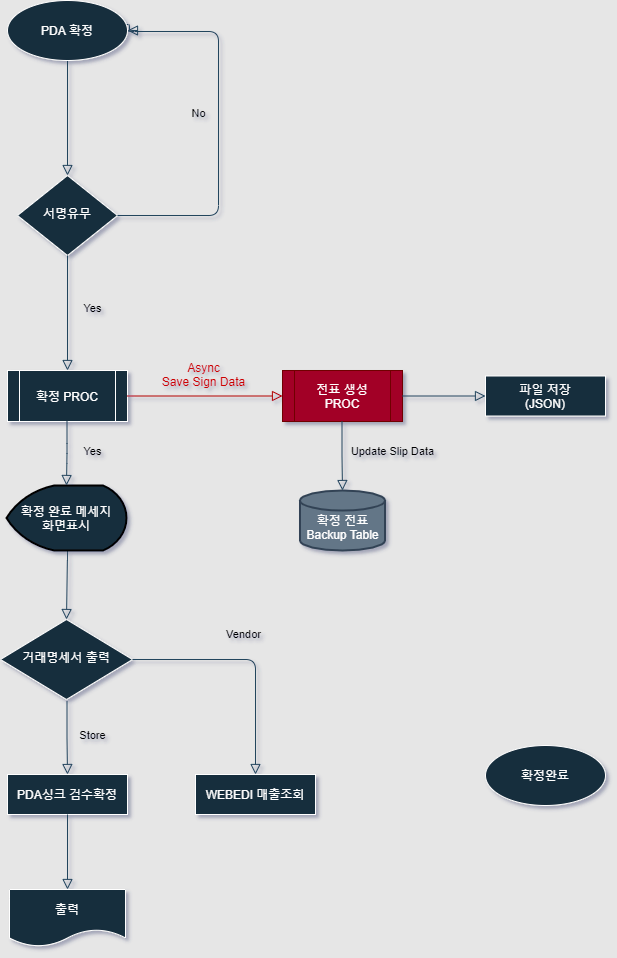
Above: New PDA Confrim.png in seunggeunjo/Flow-Chart (draw.io), before the change. Source tidied: cells renumbered, new cells last; positions are measured from the earlier drawing's top-left corner, leaving out a move shared by most shapes.
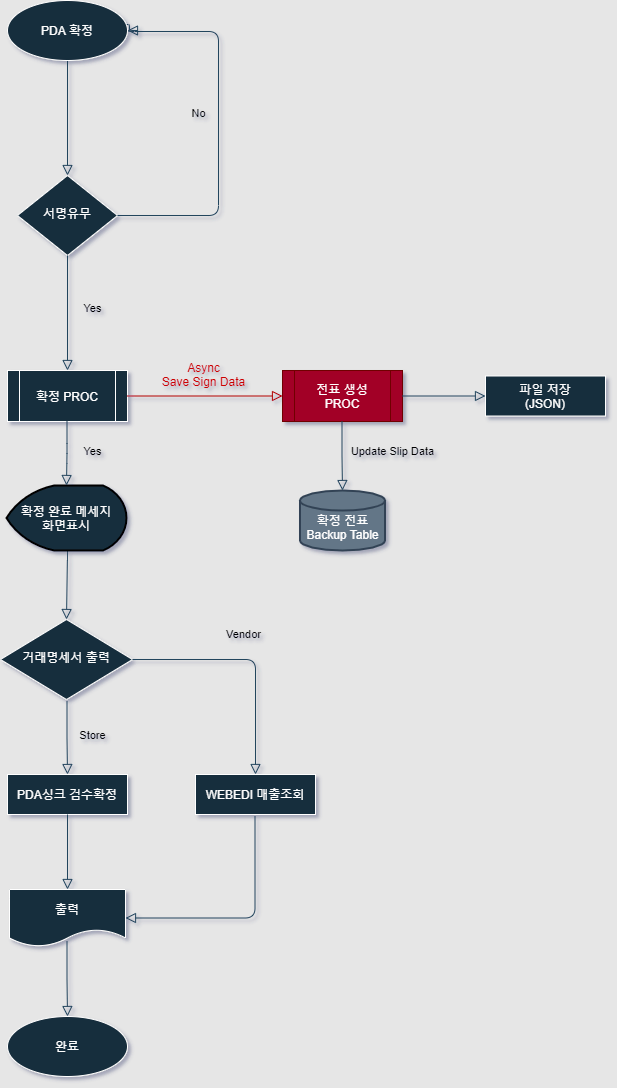
After the change.

The edit, as a diff of the source:
```diff
@@ -34,8 +34,8 @@
     <mxCell id="9" value="&lt;br&gt;확정 전표 Backup Table" style="strokeWidth=2;html=1;shape=mxgraph.flowchart.database;whiteSpace=wrap;sketch=0;fillColor=#647687;strokeColor=#314354;fontColor=#ffffff;" parent="1" vertex="1">
       <mxGeometry x="299.5" y="490" width="85" height="60" as="geometry" />
     </mxCell>
-    <mxCell id="10" value="확정완료" style="ellipse;whiteSpace=wrap;html=1;fontColor=#FFFFFF;strokeColor=#FFFFFF;fillColor=#182E3E;" parent="1" vertex="1">
-      <mxGeometry x="485" y="745" width="120" height="60" as="geometry" />
+    <mxCell id="10" value="완료" style="ellipse;whiteSpace=wrap;html=1;fontColor=#FFFFFF;strokeColor=#FFFFFF;fillColor=#182E3E;" parent="1" vertex="1">
+      <mxGeometry x="7" y="1016" width="120" height="60" as="geometry" />
     </mxCell>
     <mxCell id="11" value="전표 생성&lt;br&gt;PROC" style="shape=process;whiteSpace=wrap;html=1;backgroundOutline=1;fillColor=#a20025;strokeColor=#6F0000;fontColor=#ffffff;" parent="1" vertex="1">
       <mxGeometry x="282" y="370" width="120" height="51" as="geometry" />
@@ -96,5 +96,18 @@
     <mxCell id="26" style="edgeStyle=orthogonalEdgeStyle;html=1;jettySize=auto;fontSize=11;endArrow=block;endFill=0;endSize=8;strokeWidth=1;shadow=0;labelBackgroundColor=none;strokeColor=#23445D;" parent="1" edge="1" source="24" target="25">
       <mxGeometry x="0.03" y="20" relative="1" as="geometry" />
     </mxCell>
+    <mxCell id="27" style="edgeStyle=orthogonalEdgeStyle;html=1;jettySize=auto;fontSize=11;endArrow=block;endFill=0;endSize=8;strokeWidth=1;shadow=0;labelBackgroundColor=none;strokeColor=#23445D;entryX=1;entryY=0.5;entryDx=0;entryDy=0;" parent="1" edge="1" target="25">
+      <mxGeometry x="0.03" y="20" relative="1" as="geometry">
+        <mxPoint x="254.5" y="816" as="sourcePoint" />
+        <Array as="points">
+          <mxPoint x="255" y="918" />
+        </Array>
+      </mxGeometry>
+    </mxCell>
+    <mxCell id="28" style="edgeStyle=orthogonalEdgeStyle;html=1;jettySize=auto;fontSize=11;endArrow=block;endFill=0;endSize=8;strokeWidth=1;shadow=0;labelBackgroundColor=none;strokeColor=#23445D;entryX=0.5;entryY=0;entryDx=0;entryDy=0;" parent="1" edge="1" target="10">
+      <mxGeometry x="0.03" y="20" relative="1" as="geometry">
+        <mxPoint x="66.5" y="941" as="sourcePoint" />
+      </mxGeometry>
+    </mxCell>
   </root>
 </mxGraphModel>
```
